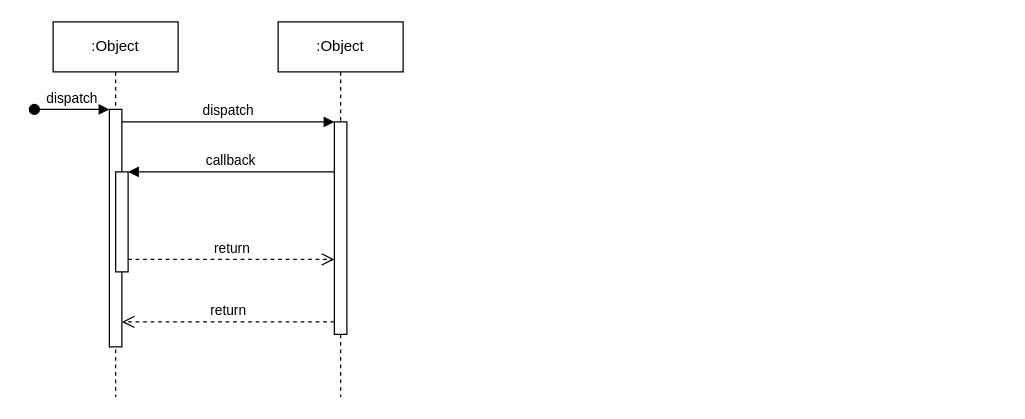
Earlier version of the draw.io diagram UML/数据管家/外网数据同步到数据管家.drawio (LonelyCodelang/docs). Source tidied: cells renumbered, new cells numbered last; positions are measured from the earlier drawing's top-left corner, leaving out a move shared by most shapes. Both pictures are drawn from the tidied source at 125%, with x=0, y=0 at pixel (34, 21).
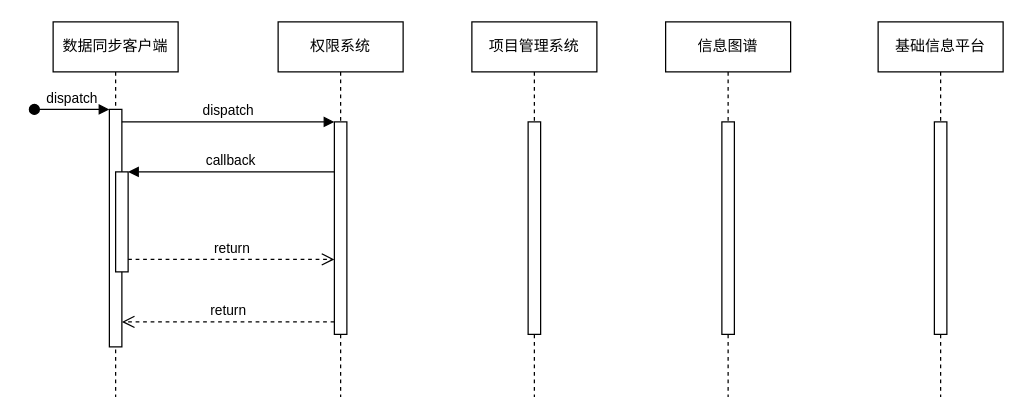
The same diagram, later.

Commit message (it also covers changes not shown here):
更新外网数据同步到数据管家.drawio

Change to the diagram source:
```diff
@@
-    <mxCell id="2" value=":Object" style="shape=umlLifeline;perimeter=lifelinePerimeter;whiteSpace=wrap;html=1;newEdgeStyle={&quot;edgeStyle&quot;:&quot;elbowEdgeStyle&quot;,&quot;elbow&quot;:&quot;vertical&quot;,&quot;curved&quot;:0,&quot;rounded&quot;:0};" parent="1" vertex="1">
+    <mxCell id="2" value="数据同步客户端" style="shape=umlLifeline;perimeter=lifelinePerimeter;whiteSpace=wrap;html=1;newEdgeStyle={&quot;edgeStyle&quot;:&quot;elbowEdgeStyle&quot;,&quot;elbow&quot;:&quot;vertical&quot;,&quot;curved&quot;:0,&quot;rounded&quot;:0};" parent="1" vertex="1">
       <mxGeometry x="15" width="100" height="300" as="geometry" />
     </mxCell>
@@
-    <mxCell id="6" value=":Object" style="shape=umlLifeline;perimeter=lifelinePerimeter;whiteSpace=wrap;html=1;newEdgeStyle={&quot;edgeStyle&quot;:&quot;elbowEdgeStyle&quot;,&quot;elbow&quot;:&quot;vertical&quot;,&quot;curved&quot;:0,&quot;rounded&quot;:0};" parent="1" vertex="1">
+    <mxCell id="6" value="权限系统" style="shape=umlLifeline;perimeter=lifelinePerimeter;whiteSpace=wrap;html=1;newEdgeStyle={&quot;edgeStyle&quot;:&quot;elbowEdgeStyle&quot;,&quot;elbow&quot;:&quot;vertical&quot;,&quot;curved&quot;:0,&quot;rounded&quot;:0};" parent="1" vertex="1">
       <mxGeometry x="195" width="100" height="300" as="geometry" />
     </mxCell>
@@
+    <mxCell id="12" value="项目管理系统" style="shape=umlLifeline;perimeter=lifelinePerimeter;whiteSpace=wrap;html=1;newEdgeStyle={&quot;edgeStyle&quot;:&quot;elbowEdgeStyle&quot;,&quot;elbow&quot;:&quot;vertical&quot;,&quot;curved&quot;:0,&quot;rounded&quot;:0};" parent="1" vertex="1">
+      <mxGeometry x="350" width="100" height="300" as="geometry" />
+    </mxCell>
+    <mxCell id="13" style="html=1;perimeter=orthogonalPerimeter;targetShapes=umlLifeline;newEdgeStyle={&quot;edgeStyle&quot;:&quot;elbowEdgeStyle&quot;,&quot;elbow&quot;:&quot;vertical&quot;,&quot;curved&quot;:0,&quot;rounded&quot;:0};" parent="12" vertex="1">
+      <mxGeometry x="45" y="80" width="10" height="170" as="geometry" />
+    </mxCell>
+    <mxCell id="14" value="信息图谱" style="shape=umlLifeline;perimeter=lifelinePerimeter;whiteSpace=wrap;html=1;newEdgeStyle={&quot;edgeStyle&quot;:&quot;elbowEdgeStyle&quot;,&quot;elbow&quot;:&quot;vertical&quot;,&quot;curved&quot;:0,&quot;rounded&quot;:0};" parent="1" vertex="1">
+      <mxGeometry x="505" width="100" height="300" as="geometry" />
+    </mxCell>
+    <mxCell id="15" style="html=1;perimeter=orthogonalPerimeter;targetShapes=umlLifeline;newEdgeStyle={&quot;edgeStyle&quot;:&quot;elbowEdgeStyle&quot;,&quot;elbow&quot;:&quot;vertical&quot;,&quot;curved&quot;:0,&quot;rounded&quot;:0};" parent="14" vertex="1">
+      <mxGeometry x="45" y="80" width="10" height="170" as="geometry" />
+    </mxCell>
+    <mxCell id="16" value="基础信息平台" style="shape=umlLifeline;perimeter=lifelinePerimeter;whiteSpace=wrap;html=1;newEdgeStyle={&quot;edgeStyle&quot;:&quot;elbowEdgeStyle&quot;,&quot;elbow&quot;:&quot;vertical&quot;,&quot;curved&quot;:0,&quot;rounded&quot;:0};" parent="1" vertex="1">
+      <mxGeometry x="675" width="100" height="300" as="geometry" />
+    </mxCell>
+    <mxCell id="17" style="html=1;perimeter=orthogonalPerimeter;targetShapes=umlLifeline;newEdgeStyle={&quot;edgeStyle&quot;:&quot;elbowEdgeStyle&quot;,&quot;elbow&quot;:&quot;vertical&quot;,&quot;curved&quot;:0,&quot;rounded&quot;:0};" parent="16" vertex="1">
+      <mxGeometry x="45" y="80" width="10" height="170" as="geometry" />
+    </mxCell>
```
